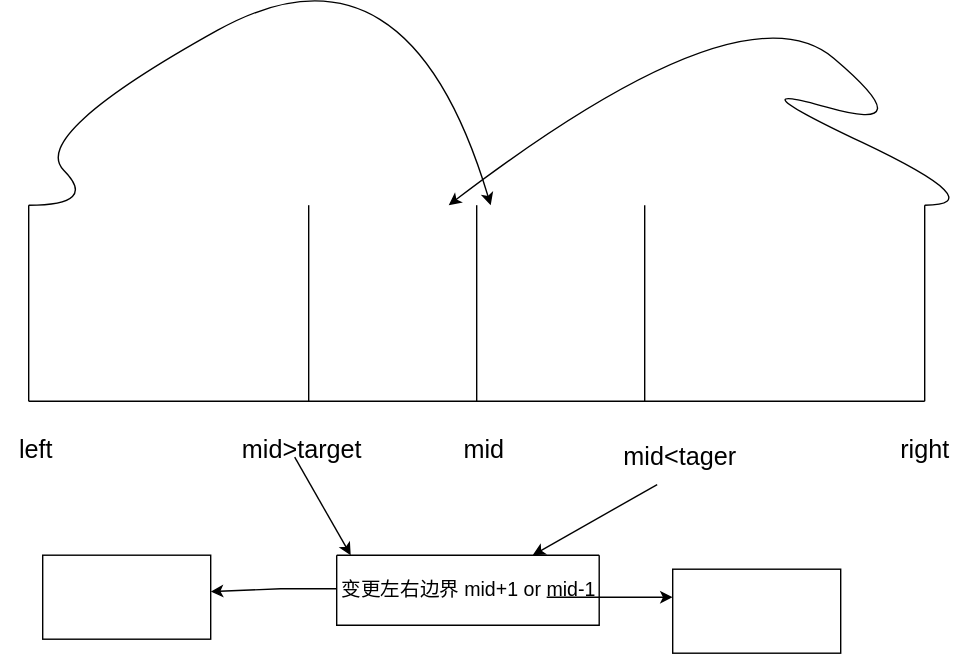
1286999256/leadnews keeps this draw.io diagram as 二分法图.drawio.svg. Above is the earlier version. Source tidied: cells renumbered, new cells last; positions are measured from the earlier drawing's top-left corner, leaving out a move shared by most shapes.
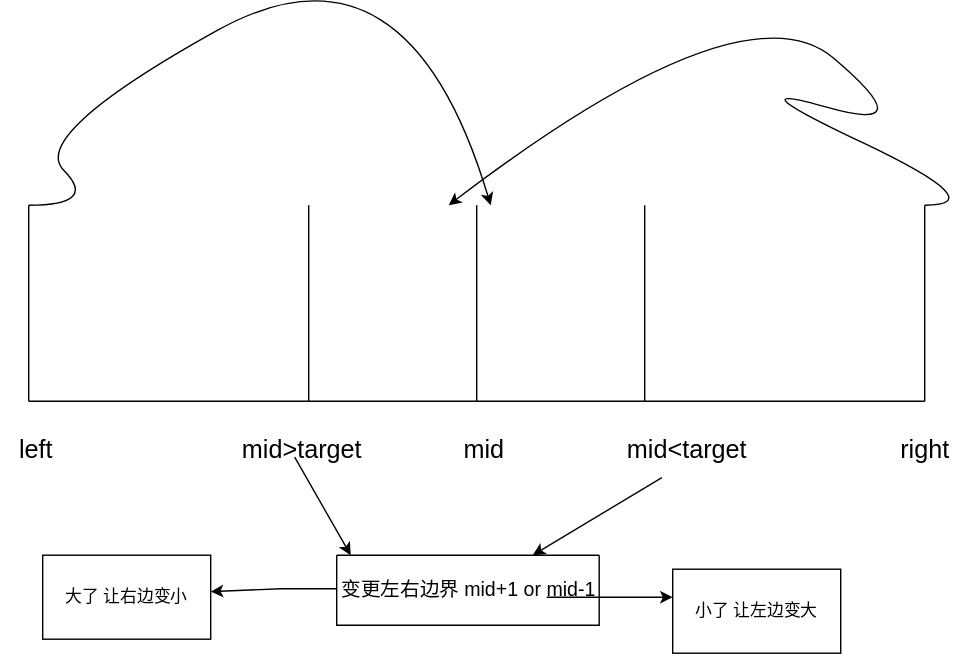
The same diagram one commit later.

Commit message:
更新二分法图.drawio.svg

Change to the diagram source:
```diff
@@ -56,8 +56,8 @@
         <mxPoint x="460" y="200" as="targetPoint" />
       </mxGeometry>
     </mxCell>
-    <mxCell id="12" value="&lt;font style=&quot;font-size: 18px;&quot;&gt;mid&amp;lt;tager&lt;/font&gt;" style="text;html=1;align=center;verticalAlign=middle;points=[];strokeColor=none;fillColor=none;" parent="1" vertex="1">
-      <mxGeometry x="435" y="360" width="100" height="40" as="geometry" />
+    <mxCell id="12" value="&lt;font style=&quot;font-size: 18px;&quot;&gt;mid&amp;lt;target&lt;/font&gt;" style="text;html=1;align=center;verticalAlign=middle;points=[];strokeColor=none;fillColor=none;" parent="1" vertex="1">
+      <mxGeometry x="435" y="355" width="110" height="40" as="geometry" />
     </mxCell>
     <mxCell id="13" style="endArrow=classic;html=1;rounded=0;" parent="1" edge="1">
       <mxGeometry relative="1" as="geometry">
@@ -114,10 +114,10 @@
         </Array>
       </mxGeometry>
     </mxCell>
-    <mxCell id="21" style="rounded=0;whiteSpace=wrap;html=1;" parent="1" vertex="1">
+    <mxCell id="21" value="大了 让右边变小" style="rounded=0;whiteSpace=wrap;html=1;" parent="1" vertex="1">
       <mxGeometry x="30" y="450" width="120" height="60" as="geometry" />
     </mxCell>
-    <mxCell id="22" style="rounded=0;whiteSpace=wrap;html=1;" parent="1" vertex="1">
+    <mxCell id="22" value="小了 让左边变大" style="rounded=0;whiteSpace=wrap;html=1;" parent="1" vertex="1">
       <mxGeometry x="480" y="460" width="120" height="60" as="geometry" />
     </mxCell>
   </root>
```
